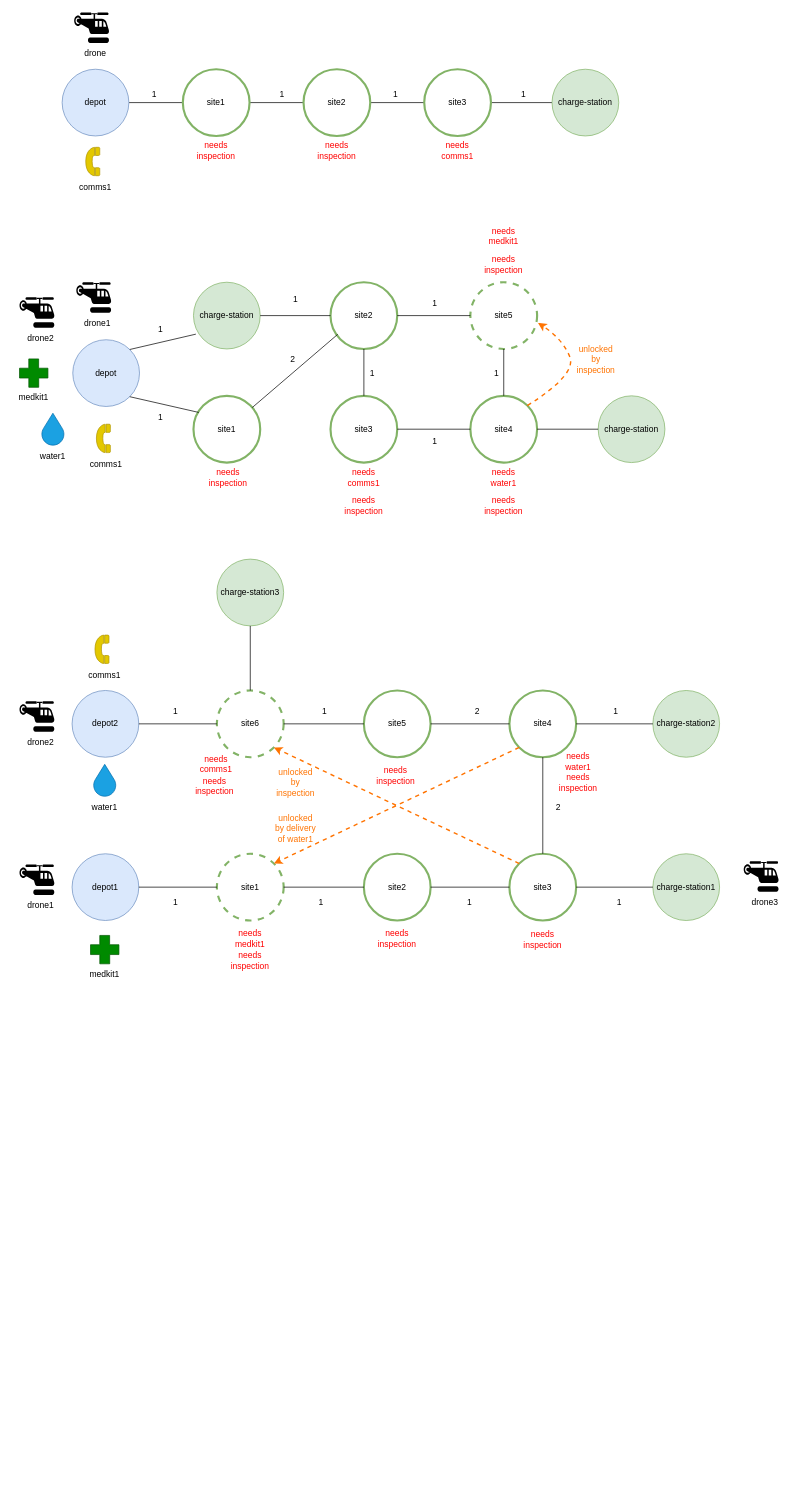
The draw.io diagram Planning_Project_Diagrams.drawio in lk1ng/PlanningProject, before the edit. Source tidied: cells renumbered, new cells numbered last; positions are measured from the earlier drawing's top-left corner, leaving out a move shared by most shapes. Both pictures are drawn from the tidied source at 71%, with x=0, y=0 at pixel (12, 12).
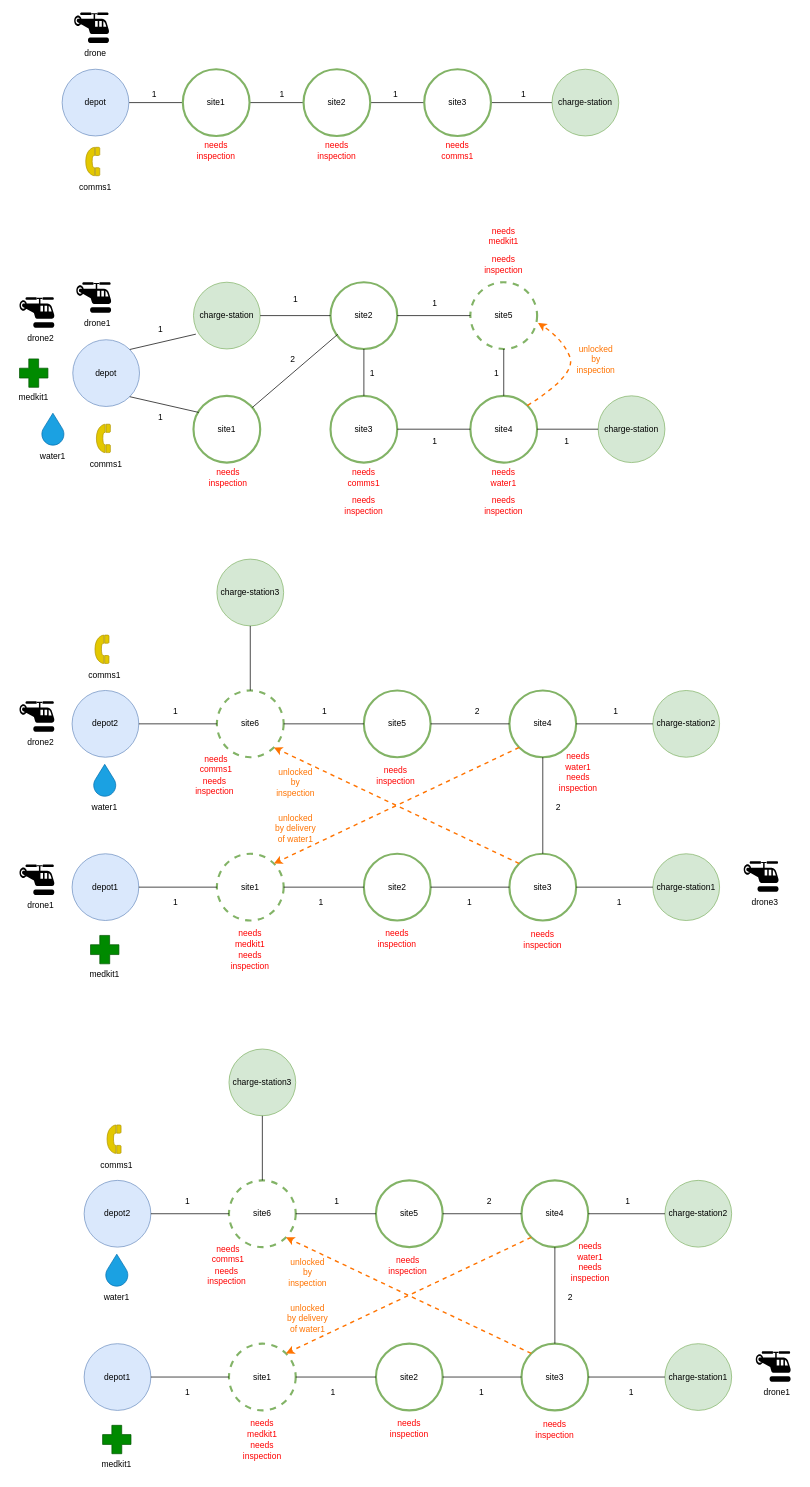
The same diagram, later.

What changed in the source:
```diff
@@
+    <mxCell id="134" value="depot1" style="ellipse;whiteSpace=wrap;html=1;fillColor=#dae8fc;strokeColor=#6c8ebf;" parent="1" vertex="1">
+      <mxGeometry x="101" y="1875" width="94" height="94" as="geometry" />
+    </mxCell>
+    <mxCell id="135" value="depot2" style="ellipse;whiteSpace=wrap;html=1;fillColor=#dae8fc;strokeColor=#6c8ebf;" parent="1" vertex="1">
+      <mxGeometry x="101" y="1645" width="94" height="94" as="geometry" />
+    </mxCell>
+    <mxCell id="136" value="site1" style="ellipse;whiteSpace=wrap;html=1;fillColor=none;strokeColor=#82b366;strokeWidth=3;dashed=1;" parent="1" vertex="1">
+      <mxGeometry x="305" y="1875" width="94" height="94" as="geometry" />
+    </mxCell>
+    <mxCell id="137" value="site2" style="ellipse;whiteSpace=wrap;html=1;fillColor=none;strokeColor=#82b366;strokeWidth=3;" parent="1" vertex="1">
+      <mxGeometry x="512" y="1875" width="94" height="94" as="geometry" />
+    </mxCell>
+    <mxCell id="138" value="site3" style="ellipse;whiteSpace=wrap;html=1;fillColor=none;strokeColor=#82b366;strokeWidth=3;" parent="1" vertex="1">
+      <mxGeometry x="717" y="1875" width="94" height="94" as="geometry" />
+    </mxCell>
+    <mxCell id="139" value="site6" style="ellipse;whiteSpace=wrap;html=1;fillColor=none;strokeColor=#82b366;strokeWidth=3;dashed=1;" parent="1" vertex="1">
+      <mxGeometry x="305" y="1645" width="94" height="94" as="geometry" />
+    </mxCell>
+    <mxCell id="140" value="site5" style="ellipse;whiteSpace=wrap;html=1;fillColor=none;strokeColor=#82b366;strokeWidth=3;" parent="1" vertex="1">
+      <mxGeometry x="512" y="1645" width="94" height="94" as="geometry" />
+    </mxCell>
+    <mxCell id="141" value="site4" style="ellipse;whiteSpace=wrap;html=1;fillColor=none;strokeColor=#82b366;strokeWidth=3;" parent="1" vertex="1">
+      <mxGeometry x="717" y="1645" width="94" height="94" as="geometry" />
+    </mxCell>
+    <mxCell id="142" value="&lt;font style=&quot;color: rgb(0, 0, 0);&quot;&gt;charge-&lt;span style=&quot;background-color: transparent;&quot;&gt;station2&lt;/span&gt;&lt;/font&gt;" style="ellipse;whiteSpace=wrap;html=1;fillColor=#d5e8d4;strokeColor=#82b366;" parent="1" vertex="1">
+      <mxGeometry x="919" y="1645" width="94" height="94" as="geometry" />
+    </mxCell>
+    <mxCell id="143" value="&lt;font style=&quot;color: rgb(0, 0, 0);&quot;&gt;charge-&lt;span style=&quot;background-color: transparent;&quot;&gt;station1&lt;/span&gt;&lt;/font&gt;" style="ellipse;whiteSpace=wrap;html=1;fillColor=#d5e8d4;strokeColor=#82b366;" parent="1" vertex="1">
+      <mxGeometry x="919" y="1875" width="94" height="94" as="geometry" />
+    </mxCell>
+    <mxCell id="144" value="&lt;font style=&quot;color: rgb(0, 0, 0);&quot;&gt;charge-&lt;span style=&quot;background-color: transparent;&quot;&gt;station3&lt;/span&gt;&lt;/font&gt;" style="ellipse;whiteSpace=wrap;html=1;fillColor=#d5e8d4;strokeColor=#82b366;" parent="1" vertex="1">
+      <mxGeometry x="305" y="1460" width="94" height="94" as="geometry" />
+    </mxCell>
+    <mxCell id="145" style="endArrow=none;html=1;rounded=0;exitX=1;exitY=0.5;exitDx=0;exitDy=0;entryX=0;entryY=0.5;entryDx=0;entryDy=0;" parent="1" edge="1" source="135" target="139">
+      <mxGeometry relative="1" as="geometry" />
+    </mxCell>
+    <mxCell id="146" style="endArrow=none;html=1;rounded=0;exitX=1;exitY=0.5;exitDx=0;exitDy=0;entryX=0;entryY=0.5;entryDx=0;entryDy=0;" parent="1" edge="1" source="139" target="140">
+      <mxGeometry relative="1" as="geometry" />
+    </mxCell>
+    <mxCell id="147" style="endArrow=none;html=1;rounded=0;exitX=1;exitY=0.5;exitDx=0;exitDy=0;entryX=0;entryY=0.5;entryDx=0;entryDy=0;" parent="1" edge="1" source="140" target="141">
+      <mxGeometry relative="1" as="geometry" />
+    </mxCell>
+    <mxCell id="148" style="endArrow=none;html=1;rounded=0;exitX=1;exitY=0.5;exitDx=0;exitDy=0;entryX=0;entryY=0.5;entryDx=0;entryDy=0;" parent="1" edge="1" source="141" target="142">
+      <mxGeometry relative="1" as="geometry" />
+    </mxCell>
+    <mxCell id="149" style="endArrow=none;html=1;rounded=0;exitX=0.5;exitY=1;exitDx=0;exitDy=0;entryX=0.5;entryY=0;entryDx=0;entryDy=0;" parent="1" edge="1" source="141" target="138">
+      <mxGeometry relative="1" as="geometry" />
+    </mxCell>
+    <mxCell id="150" style="endArrow=none;html=1;rounded=0;exitX=1;exitY=0.5;exitDx=0;exitDy=0;entryX=0;entryY=0.5;entryDx=0;entryDy=0;" parent="1" edge="1" source="138" target="143">
+      <mxGeometry relative="1" as="geometry" />
+    </mxCell>
+    <mxCell id="151" style="endArrow=none;html=1;rounded=0;exitX=1;exitY=0.5;exitDx=0;exitDy=0;entryX=0;entryY=0.5;entryDx=0;entryDy=0;" parent="1" edge="1" source="137" target="138">
+      <mxGeometry relative="1" as="geometry" />
+    </mxCell>
+    <mxCell id="152" style="endArrow=none;html=1;rounded=0;exitX=1;exitY=0.5;exitDx=0;exitDy=0;entryX=0;entryY=0.5;entryDx=0;entryDy=0;" parent="1" edge="1" source="136" target="137">
+      <mxGeometry relative="1" as="geometry" />
+    </mxCell>
+    <mxCell id="153" style="endArrow=none;html=1;rounded=0;exitX=1;exitY=0.5;exitDx=0;exitDy=0;entryX=0;entryY=0.5;entryDx=0;entryDy=0;" parent="1" edge="1" source="134" target="136">
+      <mxGeometry relative="1" as="geometry" />
+    </mxCell>
+    <mxCell id="154" style="endArrow=none;html=1;rounded=0;exitX=0.5;exitY=0;exitDx=0;exitDy=0;entryX=0.5;entryY=1;entryDx=0;entryDy=0;" parent="1" edge="1" source="139" target="144">
+      <mxGeometry relative="1" as="geometry" />
+    </mxCell>
+    <mxCell id="155" style="group;" parent="1" vertex="1">
+      <mxGeometry x="1047" y="1885.5" width="60" height="73" as="geometry" />
+    </mxCell>
+    <mxCell id="156" style="shape=mxgraph.signs.transportation.helicopter;html=1;fillColor=#000000;strokeColor=none;verticalLabelPosition=bottom;verticalAlign=top;align=center;" parent="155" vertex="1">
+      <mxGeometry width="50" height="43" as="geometry" />
+    </mxCell>
+    <mxCell id="157" value="drone1" style="text;html=1;whiteSpace=wrap;strokeColor=none;fillColor=none;align=center;verticalAlign=middle;rounded=0;" parent="155" vertex="1">
+      <mxGeometry y="43" width="60" height="30" as="geometry" />
+    </mxCell>
+    <mxCell id="158" style="group;" parent="1" vertex="1">
+      <mxGeometry x="117" y="1990" width="60" height="70" as="geometry" />
+    </mxCell>
+    <mxCell id="159" style="shape=mxgraph.signs.healthcare.first_aid;html=1;fillColor=#008a00;strokeColor=#005700;verticalLabelPosition=bottom;verticalAlign=top;align=center;fontColor=#ffffff;" parent="158" vertex="1">
+      <mxGeometry x="10" width="40" height="40" as="geometry" />
+    </mxCell>
+    <mxCell id="160" value="medkit1" style="text;html=1;whiteSpace=wrap;strokeColor=none;fillColor=none;align=center;verticalAlign=middle;rounded=0;" parent="158" vertex="1">
+      <mxGeometry y="40" width="60" height="30" as="geometry" />
+    </mxCell>
+    <mxCell id="161" style="group;" parent="1" vertex="1">
+      <mxGeometry x="117" y="1567" width="60" height="72" as="geometry" />
+    </mxCell>
+    <mxCell id="162" style="shape=mxgraph.signs.tech.telephone_2;html=1;fillColor=#e3c800;strokeColor=#B09500;verticalLabelPosition=bottom;verticalAlign=top;align=center;fontColor=#000000;" parent="161" vertex="1">
+      <mxGeometry x="16" width="20" height="40" as="geometry" />
+    </mxCell>
+    <mxCell id="163" value="comms1" style="text;html=1;whiteSpace=wrap;strokeColor=none;fillColor=none;align=center;verticalAlign=middle;rounded=0;" parent="161" vertex="1">
+      <mxGeometry y="42" width="60" height="30" as="geometry" />
+    </mxCell>
+    <mxCell id="164" style="group;" parent="1" vertex="1">
+      <mxGeometry x="117" y="1749" width="60" height="75.5" as="geometry" />
+    </mxCell>
+    <mxCell id="165" style="verticalLabelPosition=bottom;verticalAlign=top;html=1;shape=mxgraph.basic.drop;fillColor=#1ba1e2;fontColor=#ffffff;strokeColor=#006EAF;" parent="164" vertex="1">
+      <mxGeometry x="14.5" width="31" height="45" as="geometry" />
+    </mxCell>
+    <mxCell id="166" value="water1" style="text;html=1;whiteSpace=wrap;strokeColor=none;fillColor=none;align=center;verticalAlign=middle;rounded=0;" parent="164" vertex="1">
+      <mxGeometry y="45.5" width="60" height="30" as="geometry" />
+    </mxCell>
+    <mxCell id="167" style="endArrow=classic;html=1;rounded=0;entryX=1;entryY=0;entryDx=0;entryDy=0;exitX=0;exitY=1;exitDx=0;exitDy=0;strokeColor=#FF7300;dashed=1;strokeWidth=2;" parent="1" edge="1" source="141" target="136">
+      <mxGeometry relative="1" as="geometry" />
+    </mxCell>
+    <mxCell id="168" value="&lt;font style=&quot;color: rgb(255, 115, 0);&quot;&gt;unlocked by delivery of water1&lt;/font&gt;" style="text;html=1;whiteSpace=wrap;strokeColor=none;fillColor=none;align=center;verticalAlign=middle;rounded=0;" parent="1" vertex="1">
+      <mxGeometry x="385.5" y="1824.5" width="60" height="30" as="geometry" />
+    </mxCell>
+    <mxCell id="169" style="endArrow=classic;html=1;rounded=0;entryX=1;entryY=1;entryDx=0;entryDy=0;exitX=0;exitY=0;exitDx=0;exitDy=0;strokeColor=#FF7300;dashed=1;strokeWidth=2;" parent="1" edge="1" source="138" target="139">
+      <mxGeometry relative="1" as="geometry" />
+    </mxCell>
+    <mxCell id="170" value="&lt;font style=&quot;color: rgb(255, 115, 0);&quot;&gt;unlocked by inspection&lt;/font&gt;" style="text;html=1;whiteSpace=wrap;strokeColor=none;fillColor=none;align=center;verticalAlign=middle;rounded=0;" parent="1" vertex="1">
+      <mxGeometry x="385.5" y="1760" width="60" height="30" as="geometry" />
+    </mxCell>
+    <mxCell id="171" value="1" style="text;html=1;whiteSpace=wrap;strokeColor=none;fillColor=none;align=center;verticalAlign=middle;rounded=0;" parent="1" vertex="1">
+      <mxGeometry x="217" y="1660" width="60" height="30" as="geometry" />
+    </mxCell>
+    <mxCell id="172" value="1" style="text;html=1;whiteSpace=wrap;strokeColor=none;fillColor=none;align=center;verticalAlign=middle;rounded=0;" parent="1" vertex="1">
+      <mxGeometry x="427" y="1660" width="60" height="30" as="geometry" />
+    </mxCell>
+    <mxCell id="173" value="1" style="text;html=1;whiteSpace=wrap;strokeColor=none;fillColor=none;align=center;verticalAlign=middle;rounded=0;" parent="1" vertex="1">
+      <mxGeometry x="631" y="1928.5" width="60" height="30" as="geometry" />
+    </mxCell>
+    <mxCell id="174" value="1" style="text;html=1;whiteSpace=wrap;strokeColor=none;fillColor=none;align=center;verticalAlign=middle;rounded=0;" parent="1" vertex="1">
+      <mxGeometry x="842" y="1928.5" width="60" height="30" as="geometry" />
+    </mxCell>
+    <mxCell id="175" value="1" style="text;html=1;whiteSpace=wrap;strokeColor=none;fillColor=none;align=center;verticalAlign=middle;rounded=0;" parent="1" vertex="1">
+      <mxGeometry x="837" y="1660" width="60" height="30" as="geometry" />
+    </mxCell>
+    <mxCell id="176" value="1" style="text;html=1;whiteSpace=wrap;strokeColor=none;fillColor=none;align=center;verticalAlign=middle;rounded=0;" parent="1" vertex="1">
+      <mxGeometry x="422" y="1928.5" width="60" height="30" as="geometry" />
+    </mxCell>
+    <mxCell id="177" value="1" style="text;html=1;whiteSpace=wrap;strokeColor=none;fillColor=none;align=center;verticalAlign=middle;rounded=0;" parent="1" vertex="1">
+      <mxGeometry x="217" y="1928.5" width="60" height="30" as="geometry" />
+    </mxCell>
+    <mxCell id="178" value="2" style="text;html=1;whiteSpace=wrap;strokeColor=none;fillColor=none;align=center;verticalAlign=middle;rounded=0;" parent="1" vertex="1">
+      <mxGeometry x="756" y="1794.5" width="60" height="30" as="geometry" />
+    </mxCell>
+    <mxCell id="179" value="2" style="text;html=1;whiteSpace=wrap;strokeColor=none;fillColor=none;align=center;verticalAlign=middle;rounded=0;" parent="1" vertex="1">
+      <mxGeometry x="642" y="1660" width="60" height="30" as="geometry" />
+    </mxCell>
+    <mxCell id="180" value="&lt;font style=&quot;color: rgb(255, 0, 0);&quot;&gt;needs comms1&lt;/font&gt;" style="text;html=1;whiteSpace=wrap;strokeColor=none;fillColor=none;align=center;verticalAlign=middle;rounded=0;" parent="1" vertex="1">
+      <mxGeometry x="273.5" y="1733.5" width="60" height="30" as="geometry" />
+    </mxCell>
+    <mxCell id="181" value="&lt;font style=&quot;color: rgb(255, 0, 0);&quot;&gt;needs water1&lt;/font&gt;" style="text;html=1;whiteSpace=wrap;strokeColor=none;fillColor=none;align=center;verticalAlign=middle;rounded=0;" parent="1" vertex="1">
+      <mxGeometry x="784" y="1730" width="60" height="30" as="geometry" />
+    </mxCell>
+    <mxCell id="182" value="&lt;font style=&quot;color: rgb(255, 0, 0);&quot;&gt;needs&lt;/font&gt;&lt;div&gt;&lt;font style=&quot;color: rgb(255, 0, 0);&quot;&gt;medkit1&lt;/font&gt;&lt;/div&gt;" style="text;html=1;whiteSpace=wrap;strokeColor=none;fillColor=none;align=center;verticalAlign=middle;rounded=0;" parent="1" vertex="1">
+      <mxGeometry x="322" y="1980" width="60" height="30" as="geometry" />
+    </mxCell>
+    <mxCell id="183" value="&lt;font color=&quot;#ff0000&quot;&gt;needs&lt;/font&gt;&lt;div&gt;&lt;font color=&quot;#ff0000&quot;&gt;inspection&lt;/font&gt;&lt;/div&gt;" style="text;html=1;whiteSpace=wrap;strokeColor=none;fillColor=none;align=center;verticalAlign=middle;rounded=0;" parent="1" vertex="1">
+      <mxGeometry x="272" y="1764.5" width="60" height="30" as="geometry" />
+    </mxCell>
+    <mxCell id="184" value="&lt;font color=&quot;#ff0000&quot;&gt;needs&lt;/font&gt;&lt;div&gt;&lt;font color=&quot;#ff0000&quot;&gt;inspection&lt;/font&gt;&lt;/div&gt;" style="text;html=1;whiteSpace=wrap;strokeColor=none;fillColor=none;align=center;verticalAlign=middle;rounded=0;" parent="1" vertex="1">
+      <mxGeometry x="322" y="2011" width="60" height="30" as="geometry" />
+    </mxCell>
+    <mxCell id="185" value="&lt;font color=&quot;#ff0000&quot;&gt;needs&lt;/font&gt;&lt;div&gt;&lt;font color=&quot;#ff0000&quot;&gt;inspection&lt;/font&gt;&lt;/div&gt;" style="text;html=1;whiteSpace=wrap;strokeColor=none;fillColor=none;align=center;verticalAlign=middle;rounded=0;" parent="1" vertex="1">
+      <mxGeometry x="527" y="1750" width="60" height="30" as="geometry" />
+    </mxCell>
+    <mxCell id="186" value="&lt;font color=&quot;#ff0000&quot;&gt;needs&lt;/font&gt;&lt;div&gt;&lt;font color=&quot;#ff0000&quot;&gt;inspection&lt;/font&gt;&lt;/div&gt;" style="text;html=1;whiteSpace=wrap;strokeColor=none;fillColor=none;align=center;verticalAlign=middle;rounded=0;" parent="1" vertex="1">
+      <mxGeometry x="529" y="1980" width="60" height="30" as="geometry" />
+    </mxCell>
+    <mxCell id="187" value="&lt;font color=&quot;#ff0000&quot;&gt;needs&lt;/font&gt;&lt;div&gt;&lt;font color=&quot;#ff0000&quot;&gt;inspection&lt;/font&gt;&lt;/div&gt;" style="text;html=1;whiteSpace=wrap;strokeColor=none;fillColor=none;align=center;verticalAlign=middle;rounded=0;" parent="1" vertex="1">
+      <mxGeometry x="734" y="1981" width="60" height="30" as="geometry" />
+    </mxCell>
+    <mxCell id="188" value="&lt;font color=&quot;#ff0000&quot;&gt;needs&lt;/font&gt;&lt;div&gt;&lt;font color=&quot;#ff0000&quot;&gt;inspection&lt;/font&gt;&lt;/div&gt;" style="text;html=1;whiteSpace=wrap;strokeColor=none;fillColor=none;align=center;verticalAlign=middle;rounded=0;" parent="1" vertex="1">
+      <mxGeometry x="784" y="1760" width="60" height="30" as="geometry" />
+    </mxCell>
+    <mxCell id="189" value="1" style="text;html=1;whiteSpace=wrap;strokeColor=none;fillColor=none;align=center;verticalAlign=middle;rounded=0;" parent="1" vertex="1">
+      <mxGeometry x="751" y="590" width="60" height="30" as="geometry" />
+    </mxCell>
```
